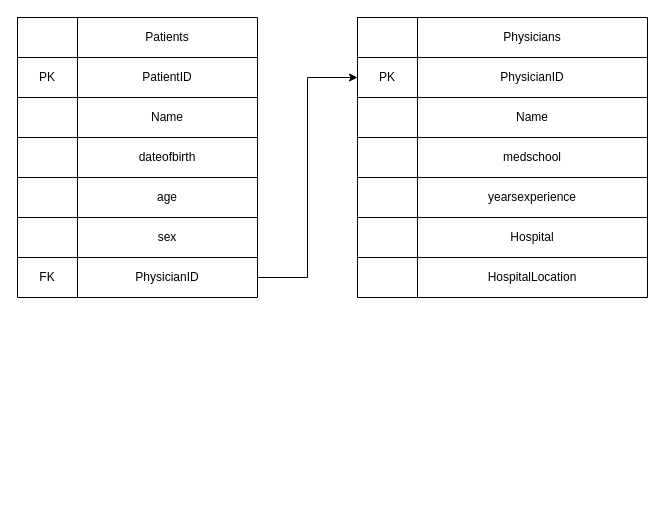
Before: data/Patients IE Notation.drawio in waltjva/orientation-technical, a draw.io diagram. Source tidied: cells renumbered, new cells numbered last; positions are measured from the earlier drawing's top-left corner, leaving out a move shared by most shapes. Both pictures are drawn from the tidied source at 100%, with x=0, y=0 at pixel (17, 17).
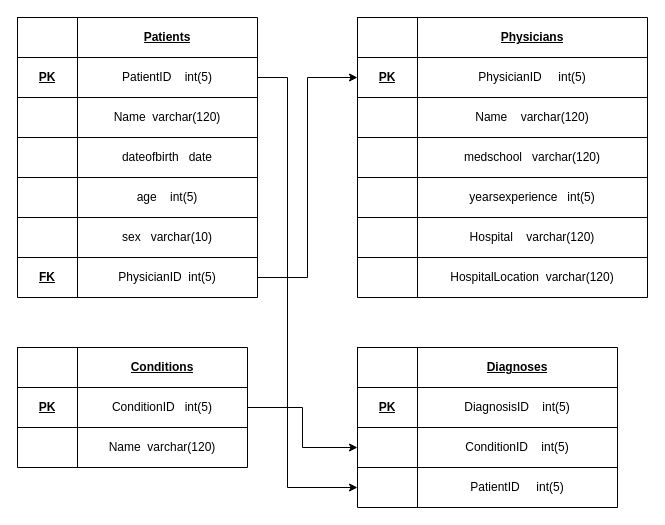
After the change.

The change refers to these unchanged cells:
```xml
<mxCell id="3" style="shape=partialRectangle;fillColor=none;top=0;left=0;bottom=0;right=0;" parent="2" vertex="1">
  <mxGeometry width="240" height="40" as="geometry" />
</mxCell>
<mxCell id="6" style="shape=partialRectangle;fillColor=none;top=0;left=0;bottom=0;right=0;points=[[0,0.5],[1,0.5]];portConstraint=eastwest;" parent="2" vertex="1">
  <mxGeometry y="40" width="240" height="40" as="geometry" />
</mxCell>
<mxCell id="9" style="shape=partialRectangle;fillColor=none;top=0;left=0;bottom=0;right=0;" parent="2" vertex="1">
  <mxGeometry y="80" width="240" height="40" as="geometry" />
</mxCell>
<mxCell id="12" style="shape=partialRectangle;fillColor=none;top=0;left=0;bottom=0;right=0;" parent="2" vertex="1">
  <mxGeometry y="120" width="240" height="40" as="geometry" />
</mxCell>
<mxCell id="15" style="shape=partialRectangle;fillColor=none;top=0;left=0;bottom=0;right=0;" parent="2" vertex="1">
  <mxGeometry y="160" width="240" height="40" as="geometry" />
</mxCell>
<mxCell id="18" style="shape=partialRectangle;fillColor=none;top=0;left=0;bottom=0;right=0;" parent="2" vertex="1">
  <mxGeometry y="200" width="240" height="40" as="geometry" />
</mxCell>
<mxCell id="21" style="shape=partialRectangle;fillColor=none;top=0;left=0;bottom=0;right=0;points=[[0,0.5],[1,0.5]];portConstraint=eastwest;" parent="2" vertex="1">
  <mxGeometry y="240" width="240" height="40" as="geometry" />
</mxCell>
<mxCell id="25" style="shape=partialRectangle;fillColor=none;top=0;left=0;bottom=0;right=0;" parent="24" vertex="1">
  <mxGeometry width="290" height="40" as="geometry" />
</mxCell>
<mxCell id="28" style="shape=partialRectangle;fillColor=none;top=0;left=0;bottom=0;right=0;points=[[0,0.5],[1,0.5]];portConstraint=eastwest;" parent="24" vertex="1">
  <mxGeometry y="40" width="290" height="40" as="geometry" />
</mxCell>
<mxCell id="31" style="shape=partialRectangle;fillColor=none;top=0;left=0;bottom=0;right=0;" parent="24" vertex="1">
  <mxGeometry y="80" width="290" height="40" as="geometry" />
</mxCell>
<mxCell id="34" style="shape=partialRectangle;fillColor=none;top=0;left=0;bottom=0;right=0;" parent="24" vertex="1">
  <mxGeometry y="120" width="290" height="40" as="geometry" />
</mxCell>
<mxCell id="37" style="shape=partialRectangle;fillColor=none;top=0;left=0;bottom=0;right=0;" parent="24" vertex="1">
  <mxGeometry y="160" width="290" height="40" as="geometry" />
</mxCell>
<mxCell id="40" style="shape=partialRectangle;fillColor=none;top=0;left=0;bottom=0;right=0;" parent="24" vertex="1">
  <mxGeometry y="200" width="290" height="40" as="geometry" />
</mxCell>
<mxCell id="43" style="shape=partialRectangle;fillColor=none;top=0;left=0;bottom=0;right=0;" parent="24" vertex="1">
  <mxGeometry y="240" width="290" height="40" as="geometry" />
</mxCell>
```

What changed in the source:
```diff
@@
-    <mxCell id="5" value="Patients" style="shape=partialRectangle;html=1;whiteSpace=wrap;overflow=hidden;fillColor=none;top=0;left=0;bottom=0;right=0;" parent="3" vertex="1">
+    <mxCell id="5" value="&lt;b&gt;&lt;u&gt;Patients&lt;/u&gt;&lt;/b&gt;" style="shape=partialRectangle;html=1;whiteSpace=wrap;overflow=hidden;fillColor=none;top=0;left=0;bottom=0;right=0;" parent="3" vertex="1">
       <mxGeometry x="60" width="180" height="40" as="geometry" />
     </mxCell>
@@
-    <mxCell id="7" value="PK" style="shape=partialRectangle;html=1;whiteSpace=wrap;overflow=hidden;fillColor=none;top=0;left=0;bottom=0;right=0;" parent="6" vertex="1">
+    <mxCell id="7" value="&lt;b&gt;&lt;u&gt;PK&lt;/u&gt;&lt;/b&gt;" style="shape=partialRectangle;html=1;whiteSpace=wrap;overflow=hidden;fillColor=none;top=0;left=0;bottom=0;right=0;" parent="6" vertex="1">
       <mxGeometry width="60" height="40" as="geometry" />
     </mxCell>
-    <mxCell id="8" value="PatientID" style="shape=partialRectangle;html=1;whiteSpace=wrap;overflow=hidden;fillColor=none;top=0;left=0;bottom=0;right=0;" parent="6" vertex="1">
+    <mxCell id="8" value="PatientID&lt;span style=&quot;white-space: pre&quot;&gt; &lt;/span&gt;&lt;span style=&quot;white-space: pre&quot;&gt; &lt;span style=&quot;white-space: pre&quot;&gt; &lt;/span&gt;&lt;span style=&quot;white-space: pre&quot;&gt; int(5)&lt;/span&gt;&lt;/span&gt;" style="shape=partialRectangle;html=1;whiteSpace=wrap;overflow=hidden;fillColor=none;top=0;left=0;bottom=0;right=0;" parent="6" vertex="1">
       <mxGeometry x="60" width="180" height="40" as="geometry" />
     </mxCell>
@@
-    <mxCell id="11" value="Name" style="shape=partialRectangle;html=1;whiteSpace=wrap;overflow=hidden;fillColor=none;top=0;left=0;bottom=0;right=0;" parent="9" vertex="1">
+    <mxCell id="11" value="Name&lt;span style=&quot;white-space: pre&quot;&gt; &lt;/span&gt;&lt;span style=&quot;white-space: pre&quot;&gt; varchar(120)&lt;/span&gt;" style="shape=partialRectangle;html=1;whiteSpace=wrap;overflow=hidden;fillColor=none;top=0;left=0;bottom=0;right=0;" parent="9" vertex="1">
       <mxGeometry x="60" width="180" height="40" as="geometry" />
     </mxCell>
@@
-    <mxCell id="14" value="dateofbirth" style="shape=partialRectangle;html=1;whiteSpace=wrap;overflow=hidden;fillColor=none;top=0;left=0;bottom=0;right=0;" parent="12" vertex="1">
+    <mxCell id="14" value="dateofbirth&lt;span style=&quot;white-space: pre&quot;&gt; &lt;span style=&quot;white-space: pre&quot;&gt; &lt;/span&gt;&lt;/span&gt;&lt;span style=&quot;white-space: pre&quot;&gt; date&lt;/span&gt;" style="shape=partialRectangle;html=1;whiteSpace=wrap;overflow=hidden;fillColor=none;top=0;left=0;bottom=0;right=0;" parent="12" vertex="1">
       <mxGeometry x="60" width="180" height="40" as="geometry" />
     </mxCell>
@@
-    <mxCell id="17" value="age" style="shape=partialRectangle;html=1;whiteSpace=wrap;overflow=hidden;fillColor=none;top=0;left=0;bottom=0;right=0;" parent="15" vertex="1">
+    <mxCell id="17" value="age&lt;span style=&quot;white-space: pre&quot;&gt; &lt;span style=&quot;white-space: pre&quot;&gt; &lt;/span&gt;&lt;span style=&quot;white-space: pre&quot;&gt; &lt;span style=&quot;white-space: pre&quot;&gt; int(5)&lt;/span&gt;&lt;/span&gt;&lt;/span&gt;" style="shape=partialRectangle;html=1;whiteSpace=wrap;overflow=hidden;fillColor=none;top=0;left=0;bottom=0;right=0;" parent="15" vertex="1">
       <mxGeometry x="60" width="180" height="40" as="geometry" />
     </mxCell>
@@
-    <mxCell id="20" value="sex" style="shape=partialRectangle;html=1;whiteSpace=wrap;overflow=hidden;fillColor=none;top=0;left=0;bottom=0;right=0;" parent="18" vertex="1">
+    <mxCell id="20" value="sex&lt;span style=&quot;white-space: pre&quot;&gt; &lt;span style=&quot;white-space: pre&quot;&gt; &lt;span style=&quot;white-space: pre&quot;&gt; varchar(10)&lt;/span&gt;&lt;/span&gt;&lt;/span&gt;" style="shape=partialRectangle;html=1;whiteSpace=wrap;overflow=hidden;fillColor=none;top=0;left=0;bottom=0;right=0;" parent="18" vertex="1">
       <mxGeometry x="60" width="180" height="40" as="geometry" />
     </mxCell>
@@
-    <mxCell id="22" value="FK" style="shape=partialRectangle;html=1;whiteSpace=wrap;overflow=hidden;fillColor=none;top=0;left=0;bottom=0;right=0;" parent="21" vertex="1">
+    <mxCell id="22" value="&lt;b&gt;&lt;u&gt;FK&lt;/u&gt;&lt;/b&gt;" style="shape=partialRectangle;html=1;whiteSpace=wrap;overflow=hidden;fillColor=none;top=0;left=0;bottom=0;right=0;" parent="21" vertex="1">
       <mxGeometry width="60" height="40" as="geometry" />
     </mxCell>
-    <mxCell id="23" value="PhysicianID" style="shape=partialRectangle;html=1;whiteSpace=wrap;overflow=hidden;fillColor=none;top=0;left=0;bottom=0;right=0;" parent="21" vertex="1">
+    <mxCell id="23" value="PhysicianID&lt;span style=&quot;white-space: pre&quot;&gt; &lt;/span&gt;&lt;span style=&quot;white-space: pre&quot;&gt; int(5)&lt;/span&gt;" style="shape=partialRectangle;html=1;whiteSpace=wrap;overflow=hidden;fillColor=none;top=0;left=0;bottom=0;right=0;" parent="21" vertex="1">
       <mxGeometry x="60" width="180" height="40" as="geometry" />
     </mxCell>
@@
-    <mxCell id="27" value="Physicians" style="shape=partialRectangle;html=1;whiteSpace=wrap;overflow=hidden;fillColor=none;top=0;left=0;bottom=0;right=0;" parent="25" vertex="1">
+    <mxCell id="27" value="&lt;b&gt;&lt;u&gt;Physicians&lt;/u&gt;&lt;/b&gt;" style="shape=partialRectangle;html=1;whiteSpace=wrap;overflow=hidden;fillColor=none;top=0;left=0;bottom=0;right=0;" parent="25" vertex="1">
       <mxGeometry x="60" width="230" height="40" as="geometry" />
     </mxCell>
@@
-    <mxCell id="29" value="PK" style="shape=partialRectangle;html=1;whiteSpace=wrap;overflow=hidden;fillColor=none;top=0;left=0;bottom=0;right=0;" parent="28" vertex="1">
+    <mxCell id="29" value="&lt;b&gt;&lt;u&gt;PK&lt;/u&gt;&lt;/b&gt;" style="shape=partialRectangle;html=1;whiteSpace=wrap;overflow=hidden;fillColor=none;top=0;left=0;bottom=0;right=0;" parent="28" vertex="1">
       <mxGeometry width="60" height="40" as="geometry" />
     </mxCell>
-    <mxCell id="30" value="PhysicianID" style="shape=partialRectangle;html=1;whiteSpace=wrap;overflow=hidden;fillColor=none;top=0;left=0;bottom=0;right=0;" parent="28" vertex="1">
+    <mxCell id="30" value="PhysicianID&lt;span style=&quot;white-space: pre&quot;&gt; &lt;span style=&quot;white-space: pre&quot;&gt; &lt;/span&gt;&lt;span style=&quot;white-space: pre&quot;&gt; &lt;/span&gt;&lt;/span&gt;&lt;span style=&quot;white-space: pre&quot;&gt; &lt;span style=&quot;white-space: pre&quot;&gt; int(5)&lt;/span&gt;&lt;/span&gt;" style="shape=partialRectangle;html=1;whiteSpace=wrap;overflow=hidden;fillColor=none;top=0;left=0;bottom=0;right=0;" parent="28" vertex="1">
       <mxGeometry x="60" width="230" height="40" as="geometry" />
     </mxCell>
@@
-    <mxCell id="33" value="Name" style="shape=partialRectangle;html=1;whiteSpace=wrap;overflow=hidden;fillColor=none;top=0;left=0;bottom=0;right=0;" parent="31" vertex="1">
+    <mxCell id="33" value="Name&lt;span style=&quot;white-space: pre&quot;&gt; &lt;span style=&quot;white-space: pre&quot;&gt; &lt;/span&gt;&lt;span style=&quot;white-space: pre&quot;&gt; &lt;span style=&quot;white-space: pre&quot;&gt; varchar(120)&lt;/span&gt;&lt;/span&gt;&lt;/span&gt;" style="shape=partialRectangle;html=1;whiteSpace=wrap;overflow=hidden;fillColor=none;top=0;left=0;bottom=0;right=0;" parent="31" vertex="1">
       <mxGeometry x="60" width="230" height="40" as="geometry" />
     </mxCell>
@@
-    <mxCell id="36" value="medschool" style="shape=partialRectangle;html=1;whiteSpace=wrap;overflow=hidden;fillColor=none;top=0;left=0;bottom=0;right=0;" parent="34" vertex="1">
+    <mxCell id="36" value="medschool&lt;span style=&quot;white-space: pre&quot;&gt; &lt;span style=&quot;white-space: pre&quot;&gt; &lt;/span&gt;&lt;span style=&quot;white-space: pre&quot;&gt; varchar(120)&lt;/span&gt;&lt;/span&gt;" style="shape=partialRectangle;html=1;whiteSpace=wrap;overflow=hidden;fillColor=none;top=0;left=0;bottom=0;right=0;" parent="34" vertex="1">
       <mxGeometry x="60" width="230" height="40" as="geometry" />
     </mxCell>
@@
-    <mxCell id="39" value="yearsexperience" style="shape=partialRectangle;html=1;whiteSpace=wrap;overflow=hidden;fillColor=none;top=0;left=0;bottom=0;right=0;" parent="37" vertex="1">
+    <mxCell id="39" value="yearsexperience&lt;span style=&quot;white-space: pre&quot;&gt; &lt;/span&gt;&lt;span style=&quot;white-space: pre&quot;&gt; &lt;span style=&quot;white-space: pre&quot;&gt; int(5)&lt;/span&gt;&lt;/span&gt;" style="shape=partialRectangle;html=1;whiteSpace=wrap;overflow=hidden;fillColor=none;top=0;left=0;bottom=0;right=0;" parent="37" vertex="1">
       <mxGeometry x="60" width="230" height="40" as="geometry" />
     </mxCell>
@@
-    <mxCell id="42" value="Hospital" style="shape=partialRectangle;html=1;whiteSpace=wrap;overflow=hidden;fillColor=none;top=0;left=0;bottom=0;right=0;" parent="40" vertex="1">
+    <mxCell id="42" value="Hospital&lt;span style=&quot;white-space: pre&quot;&gt; &lt;span style=&quot;white-space: pre&quot;&gt; &lt;span style=&quot;white-space: pre&quot;&gt; &lt;span style=&quot;white-space: pre&quot;&gt; varchar(120)&lt;/span&gt;&lt;/span&gt;&lt;/span&gt;&lt;/span&gt;" style="shape=partialRectangle;html=1;whiteSpace=wrap;overflow=hidden;fillColor=none;top=0;left=0;bottom=0;right=0;" parent="40" vertex="1">
       <mxGeometry x="60" width="230" height="40" as="geometry" />
     </mxCell>
@@
-    <mxCell id="45" value="HospitalLocation" style="shape=partialRectangle;html=1;whiteSpace=wrap;overflow=hidden;fillColor=none;top=0;left=0;bottom=0;right=0;" parent="43" vertex="1">
+    <mxCell id="45" value="HospitalLocation&lt;span style=&quot;white-space: pre&quot;&gt; &lt;span style=&quot;white-space: pre&quot;&gt; &lt;span style=&quot;white-space: pre&quot;&gt;varchar(120)&lt;/span&gt;&lt;/span&gt;&lt;/span&gt;" style="shape=partialRectangle;html=1;whiteSpace=wrap;overflow=hidden;fillColor=none;top=0;left=0;bottom=0;right=0;" parent="43" vertex="1">
       <mxGeometry x="60" width="230" height="40" as="geometry" />
     </mxCell>
@@
+    <mxCell id="47" style="shape=table;startSize=0;childLayout=tableLayout;" parent="1" vertex="1">
+      <mxGeometry y="330" width="230" height="120" as="geometry" />
+    </mxCell>
+    <mxCell id="48" style="shape=partialRectangle;fillColor=none;top=0;left=0;bottom=0;right=0;" parent="47" vertex="1">
+      <mxGeometry width="230" height="40" as="geometry" />
+    </mxCell>
+    <mxCell id="49" style="shape=partialRectangle;html=1;whiteSpace=wrap;overflow=hidden;fillColor=none;top=0;left=0;bottom=0;right=0;" parent="48" vertex="1">
+      <mxGeometry width="60" height="40" as="geometry" />
+    </mxCell>
+    <mxCell id="50" value="&lt;b&gt;&lt;u&gt;Conditions&lt;/u&gt;&lt;/b&gt;" style="shape=partialRectangle;html=1;whiteSpace=wrap;overflow=hidden;fillColor=none;top=0;left=0;bottom=0;right=0;" parent="48" vertex="1">
+      <mxGeometry x="60" width="170" height="40" as="geometry" />
+    </mxCell>
+    <mxCell id="51" style="shape=partialRectangle;fillColor=none;top=0;left=0;bottom=0;right=0;points=[[0,0.5],[1,0.5]];portConstraint=eastwest;" parent="47" vertex="1">
+      <mxGeometry y="40" width="230" height="40" as="geometry" />
+    </mxCell>
+    <mxCell id="52" value="PK" style="shape=partialRectangle;html=1;whiteSpace=wrap;overflow=hidden;fillColor=none;top=0;left=0;bottom=0;right=0;fontStyle=5;" parent="51" vertex="1">
+      <mxGeometry width="60" height="40" as="geometry" />
+    </mxCell>
+    <mxCell id="53" value="ConditionID&lt;span style=&quot;white-space: pre&quot;&gt; &lt;span style=&quot;white-space: pre&quot;&gt; &lt;span style=&quot;white-space: pre&quot;&gt; int(5)&lt;/span&gt;&lt;/span&gt;&lt;/span&gt;" style="shape=partialRectangle;html=1;whiteSpace=wrap;overflow=hidden;fillColor=none;top=0;left=0;bottom=0;right=0;" parent="51" vertex="1">
+      <mxGeometry x="60" width="170" height="40" as="geometry" />
+    </mxCell>
+    <mxCell id="54" style="shape=partialRectangle;fillColor=none;top=0;left=0;bottom=0;right=0;" parent="47" vertex="1">
+      <mxGeometry y="80" width="230" height="40" as="geometry" />
+    </mxCell>
+    <mxCell id="55" style="shape=partialRectangle;html=1;whiteSpace=wrap;overflow=hidden;fillColor=none;top=0;left=0;bottom=0;right=0;" parent="54" vertex="1">
+      <mxGeometry width="60" height="40" as="geometry" />
+    </mxCell>
+    <mxCell id="56" value="Name&lt;span style=&quot;white-space: pre&quot;&gt; &lt;span style=&quot;white-space: pre&quot;&gt; &lt;span style=&quot;white-space: pre&quot;&gt;varchar(120)&lt;/span&gt;&lt;/span&gt;&lt;/span&gt;" style="shape=partialRectangle;html=1;whiteSpace=wrap;overflow=hidden;fillColor=none;top=0;left=0;bottom=0;right=0;" parent="54" vertex="1">
+      <mxGeometry x="60" width="170" height="40" as="geometry" />
+    </mxCell>
+    <mxCell id="57" style="shape=table;startSize=0;childLayout=tableLayout;" parent="1" vertex="1">
+      <mxGeometry x="340" y="330" width="260" height="160" as="geometry" />
+    </mxCell>
+    <mxCell id="58" style="shape=partialRectangle;fillColor=none;top=0;left=0;bottom=0;right=0;" parent="57" vertex="1">
+      <mxGeometry width="260" height="40" as="geometry" />
+    </mxCell>
+    <mxCell id="59" style="shape=partialRectangle;html=1;whiteSpace=wrap;overflow=hidden;fillColor=none;top=0;left=0;bottom=0;right=0;" parent="58" vertex="1">
+      <mxGeometry width="60" height="40" as="geometry" />
+    </mxCell>
+    <mxCell id="60" value="&lt;b&gt;&lt;u&gt;Diagnoses&lt;/u&gt;&lt;/b&gt;" style="shape=partialRectangle;html=1;whiteSpace=wrap;overflow=hidden;fillColor=none;top=0;left=0;bottom=0;right=0;" parent="58" vertex="1">
+      <mxGeometry x="60" width="200" height="40" as="geometry" />
+    </mxCell>
+    <mxCell id="61" style="shape=partialRectangle;fillColor=none;top=0;left=0;bottom=0;right=0;" parent="57" vertex="1">
+      <mxGeometry y="40" width="260" height="40" as="geometry" />
+    </mxCell>
+    <mxCell id="62" value="&lt;b&gt;&lt;u&gt;PK&lt;/u&gt;&lt;/b&gt;" style="shape=partialRectangle;html=1;whiteSpace=wrap;overflow=hidden;fillColor=none;top=0;left=0;bottom=0;right=0;" parent="61" vertex="1">
+      <mxGeometry width="60" height="40" as="geometry" />
+    </mxCell>
+    <mxCell id="63" value="DiagnosisID&lt;span style=&quot;white-space: pre&quot;&gt; &lt;span style=&quot;white-space: pre&quot;&gt; &lt;span style=&quot;white-space: pre&quot;&gt; &lt;span style=&quot;white-space: pre&quot;&gt; &lt;span style=&quot;white-space: pre&quot;&gt;int(5)&lt;/span&gt;&lt;/span&gt;&lt;/span&gt;&lt;/span&gt;&lt;/span&gt;" style="shape=partialRectangle;html=1;whiteSpace=wrap;overflow=hidden;fillColor=none;top=0;left=0;bottom=0;right=0;" parent="61" vertex="1">
+      <mxGeometry x="60" width="200" height="40" as="geometry" />
+    </mxCell>
+    <mxCell id="64" style="shape=partialRectangle;fillColor=none;top=0;left=0;bottom=0;right=0;points=[[0,0.5],[1,0.5]];portConstraint=eastwest;" parent="57" vertex="1">
+      <mxGeometry y="80" width="260" height="40" as="geometry" />
+    </mxCell>
+    <mxCell id="65" style="shape=partialRectangle;html=1;whiteSpace=wrap;overflow=hidden;fillColor=none;top=0;left=0;bottom=0;right=0;" parent="64" vertex="1">
+      <mxGeometry width="60" height="40" as="geometry" />
+    </mxCell>
+    <mxCell id="66" value="ConditionID&lt;span style=&quot;white-space: pre&quot;&gt; &lt;span style=&quot;white-space: pre&quot;&gt; &lt;span style=&quot;white-space: pre&quot;&gt; &lt;span style=&quot;white-space: pre&quot;&gt; int(5)&lt;/span&gt;&lt;/span&gt;&lt;/span&gt;&lt;/span&gt;" style="shape=partialRectangle;html=1;whiteSpace=wrap;overflow=hidden;fillColor=none;top=0;left=0;bottom=0;right=0;" parent="64" vertex="1">
+      <mxGeometry x="60" width="200" height="40" as="geometry" />
+    </mxCell>
+    <mxCell id="67" style="shape=partialRectangle;fillColor=none;top=0;left=0;bottom=0;right=0;points=[[0,0.5],[1,0.5]];portConstraint=eastwest;" parent="57" vertex="1">
+      <mxGeometry y="120" width="260" height="40" as="geometry" />
+    </mxCell>
+    <mxCell id="68" style="shape=partialRectangle;html=1;whiteSpace=wrap;overflow=hidden;fillColor=none;top=0;left=0;bottom=0;right=0;" parent="67" vertex="1">
+      <mxGeometry width="60" height="40" as="geometry" />
+    </mxCell>
+    <mxCell id="69" value="PatientID&lt;span style=&quot;white-space: pre&quot;&gt; &lt;span style=&quot;white-space: pre&quot;&gt; &lt;span style=&quot;white-space: pre&quot;&gt; &lt;span style=&quot;white-space: pre&quot;&gt; &lt;span style=&quot;white-space: pre&quot;&gt; int(5)&lt;/span&gt;&lt;/span&gt;&lt;/span&gt;&lt;/span&gt;&lt;/span&gt;" style="shape=partialRectangle;html=1;whiteSpace=wrap;overflow=hidden;fillColor=none;top=0;left=0;bottom=0;right=0;" parent="67" vertex="1">
+      <mxGeometry x="60" width="200" height="40" as="geometry" />
+    </mxCell>
+    <mxCell id="70" style="edgeStyle=orthogonalEdgeStyle;rounded=0;jettySize=auto;html=1;" parent="1" edge="1" source="51" target="64">
+      <mxGeometry relative="1" as="geometry" />
+    </mxCell>
+    <mxCell id="71" style="edgeStyle=orthogonalEdgeStyle;rounded=0;jettySize=auto;html=1;entryX=0;entryY=0.5;entryDx=0;entryDy=0;" parent="1" edge="1" source="6" target="67">
+      <mxGeometry relative="1" as="geometry">
+        <Array as="points">
+          <mxPoint x="270" y="60" />
+          <mxPoint x="270" y="470" />
+        </Array>
+      </mxGeometry>
+    </mxCell>
```
